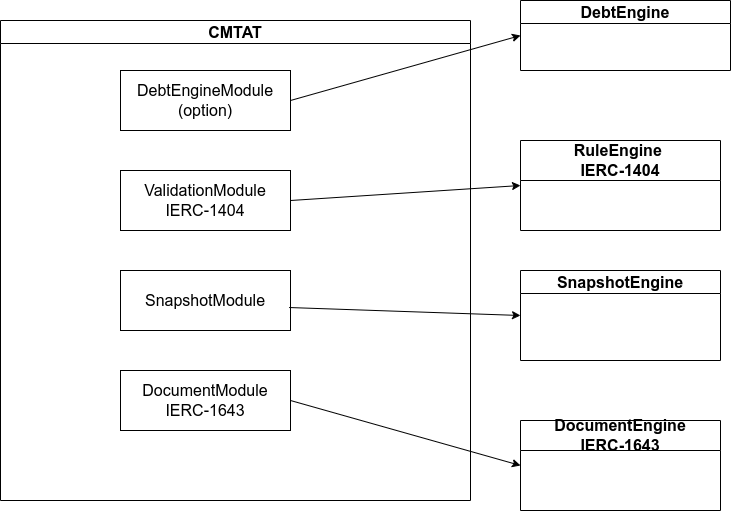
Earlier version of the draw.io export doc/schema/drawio/Engine-Engine.drawio.png (CMTA/CMTAT). Source tidied: cells renumbered, new cells last; positions are measured from the earlier drawing's top-left corner, leaving out a move shared by most shapes.
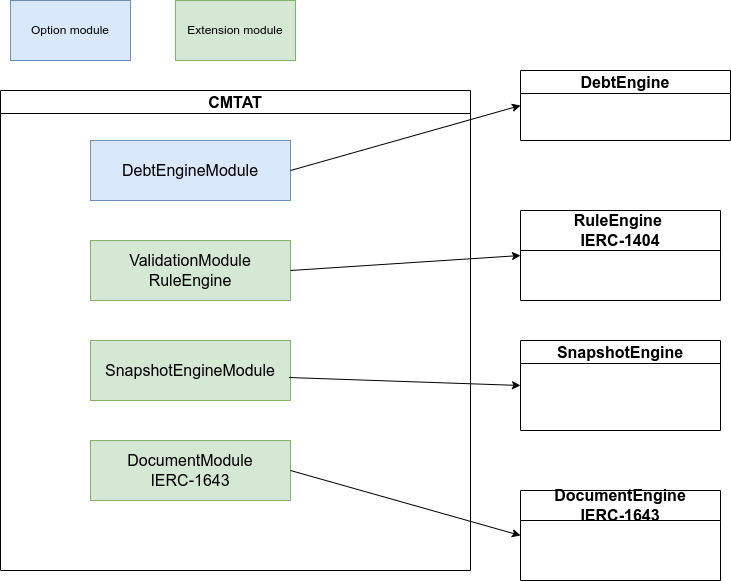
Later version of the same file.

Diff of the diagram source:
```diff
@@ -5,17 +5,17 @@
     <mxCell id="2" value="CMTAT" style="swimlane;whiteSpace=wrap;html=1;fontSize=16;" parent="1" vertex="1">
       <mxGeometry y="20" width="470" height="480" as="geometry" />
     </mxCell>
-    <mxCell id="3" value="DebtEngineModule&lt;br&gt;(option)" style="rounded=0;whiteSpace=wrap;html=1;fontSize=16;" parent="2" vertex="1">
-      <mxGeometry x="120" y="50" width="170" height="60" as="geometry" />
+    <mxCell id="3" value="DebtEngineModule" style="rounded=0;whiteSpace=wrap;html=1;fontSize=16;fillColor=#dae8fc;strokeColor=#6c8ebf;" parent="2" vertex="1">
+      <mxGeometry x="90" y="50" width="200" height="60" as="geometry" />
     </mxCell>
-    <mxCell id="4" value="ValidationModule&lt;br style=&quot;font-size: 16px;&quot;&gt;IERC-1404" style="rounded=0;whiteSpace=wrap;html=1;fontSize=16;" parent="2" vertex="1">
-      <mxGeometry x="120" y="150" width="170" height="60" as="geometry" />
+    <mxCell id="4" value="ValidationModule&lt;br style=&quot;font-size: 16px;&quot;&gt;RuleEngine" style="rounded=0;whiteSpace=wrap;html=1;fontSize=16;fillColor=#d5e8d4;strokeColor=#82b366;" parent="2" vertex="1">
+      <mxGeometry x="90" y="150" width="200" height="60" as="geometry" />
     </mxCell>
-    <mxCell id="5" value="DocumentModule&lt;br&gt;IERC-1643" style="rounded=0;whiteSpace=wrap;html=1;fontSize=16;" parent="2" vertex="1">
-      <mxGeometry x="120" y="350" width="170" height="60" as="geometry" />
+    <mxCell id="5" value="DocumentModule&lt;br&gt;IERC-1643" style="rounded=0;whiteSpace=wrap;html=1;fontSize=16;fillColor=#d5e8d4;strokeColor=#82b366;" parent="2" vertex="1">
+      <mxGeometry x="90" y="350" width="200" height="60" as="geometry" />
     </mxCell>
-    <mxCell id="6" value="SnapshotModule" style="rounded=0;whiteSpace=wrap;html=1;fontSize=16;" parent="2" vertex="1">
-      <mxGeometry x="120" y="250" width="170" height="60" as="geometry" />
+    <mxCell id="6" value="SnapshotEngineModule" style="rounded=0;whiteSpace=wrap;html=1;fontSize=16;fillColor=#d5e8d4;strokeColor=#82b366;" parent="2" vertex="1">
+      <mxGeometry x="90" y="250" width="200" height="60" as="geometry" />
     </mxCell>
     <mxCell id="7" value="DebtEngine" style="swimlane;whiteSpace=wrap;html=1;fontSize=16;" parent="1" vertex="1">
       <mxGeometry x="520" width="210" height="70" as="geometry" />
@@ -41,5 +41,11 @@
     <mxCell id="14" value="RuleEngine&amp;nbsp;&lt;br style=&quot;font-size: 16px;&quot;&gt;IERC-1404" style="swimlane;whiteSpace=wrap;html=1;fontSize=16;startSize=40;" parent="1" vertex="1">
       <mxGeometry x="520" y="140" width="200" height="90" as="geometry" />
     </mxCell>
+    <mxCell id="15" value="Option module" style="rounded=0;whiteSpace=wrap;html=1;fillColor=#dae8fc;strokeColor=#6c8ebf;" parent="1" vertex="1">
+      <mxGeometry x="10" y="-70" width="120" height="60" as="geometry" />
+    </mxCell>
+    <mxCell id="16" value="Extension module" style="rounded=0;whiteSpace=wrap;html=1;fillColor=#d5e8d4;strokeColor=#82b366;" parent="1" vertex="1">
+      <mxGeometry x="175" y="-70" width="120" height="60" as="geometry" />
+    </mxCell>
   </root>
 </mxGraphModel>
```
